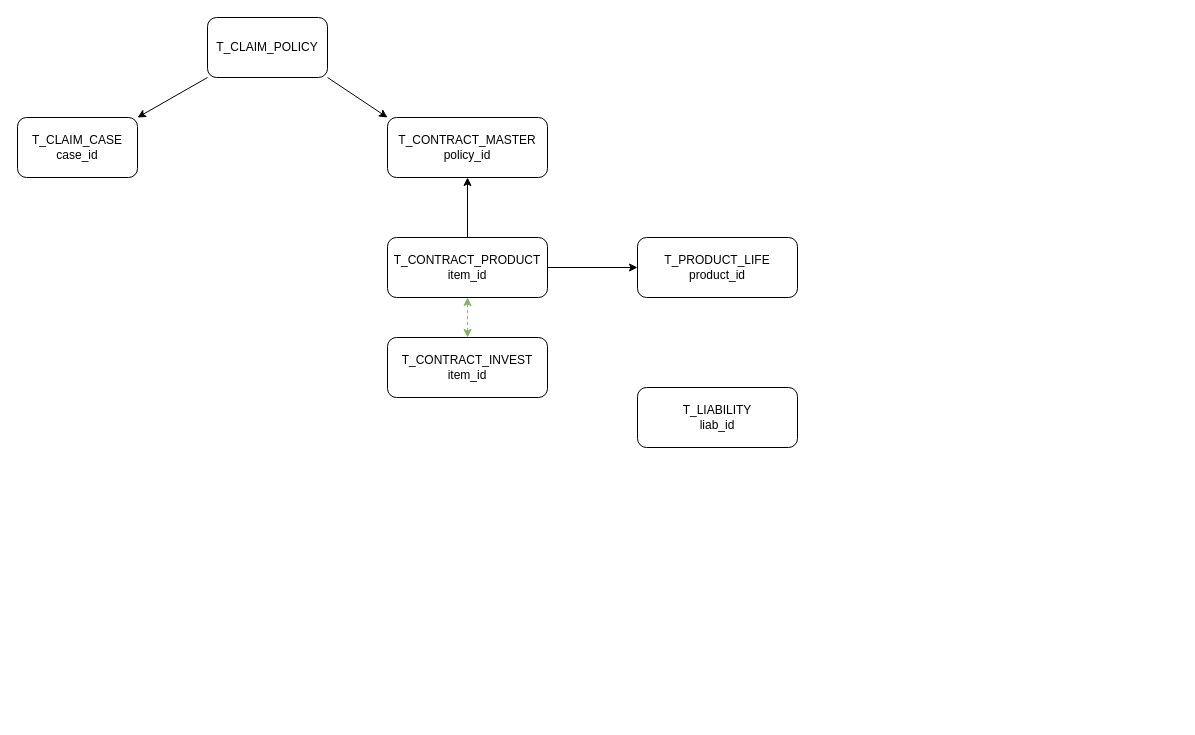
The draw.io diagram taiping-data-arch.drawio in XiaoLiuAI/diagrams, before the edit. Source tidied: cells renumbered, new cells numbered last; positions are measured from the earlier drawing's top-left corner, leaving out a move shared by most shapes. Both pictures are drawn from the tidied source at 100%, with x=0, y=0 at pixel (17, 17).
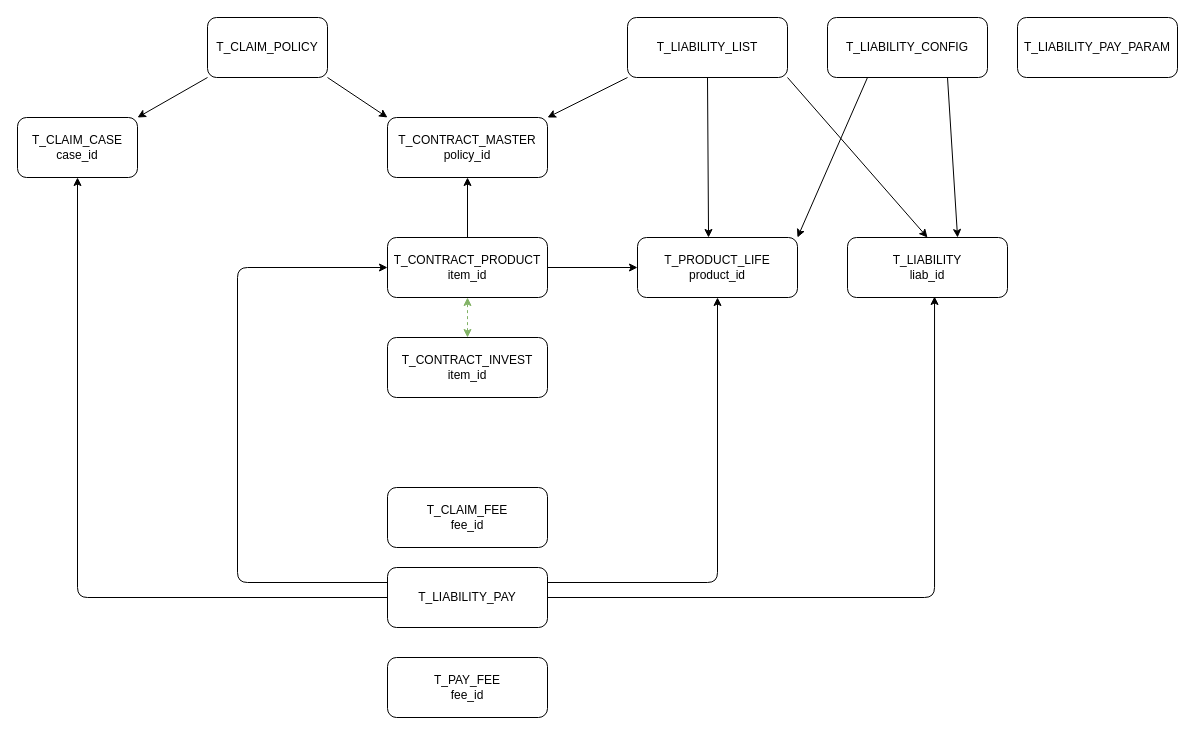
The same page after the edit.

Unchanged cells that the change refers to:
```xml
<mxCell id="2" value="T_CLAIM_CASE&lt;br&gt;case_id" style="rounded=1;whiteSpace=wrap;html=1;" parent="1" vertex="1">
  <mxGeometry y="100" width="120" height="60" as="geometry" />
</mxCell>
<mxCell id="5" value="T_CONTRACT_MASTER&lt;br&gt;policy_id" style="rounded=1;whiteSpace=wrap;html=1;" parent="1" vertex="1">
  <mxGeometry x="370" y="100" width="160" height="60" as="geometry" />
</mxCell>
<mxCell id="7" value="T_CONTRACT_PRODUCT&lt;br&gt;item_id" style="rounded=1;whiteSpace=wrap;html=1;" parent="1" vertex="1">
  <mxGeometry x="370" y="220" width="160" height="60" as="geometry" />
</mxCell>
<mxCell id="8" value="T_PRODUCT_LIFE&lt;br&gt;product_id" style="rounded=1;whiteSpace=wrap;html=1;" parent="1" vertex="1">
  <mxGeometry x="620" y="220" width="160" height="60" as="geometry" />
</mxCell>
```

Change to the diagram source:
```diff
@@
     <mxCell id="11" value="T_LIABILITY&lt;br&gt;liab_id" style="rounded=1;whiteSpace=wrap;html=1;" parent="1" vertex="1">
-      <mxGeometry x="620" y="370" width="160" height="60" as="geometry" />
+      <mxGeometry x="830" y="220" width="160" height="60" as="geometry" />
     </mxCell>
@@
+    <mxCell id="14" value="T_LIABILITY_LIST" style="rounded=1;whiteSpace=wrap;html=1;" parent="1" vertex="1">
+      <mxGeometry x="610" width="160" height="60" as="geometry" />
+    </mxCell>
+    <mxCell id="15" style="endArrow=classic;html=1;entryX=1;entryY=0;entryDx=0;entryDy=0;exitX=0;exitY=1;exitDx=0;exitDy=0;" parent="1" edge="1" source="14" target="5">
+      <mxGeometry relative="1" as="geometry" />
+    </mxCell>
+    <mxCell id="16" style="endArrow=classic;html=1;entryX=0.444;entryY=0;entryDx=0;entryDy=0;exitX=0.5;exitY=1;exitDx=0;exitDy=0;entryPerimeter=0;" parent="1" edge="1" source="14" target="8">
+      <mxGeometry relative="1" as="geometry" />
+    </mxCell>
+    <mxCell id="17" style="endArrow=classic;html=1;entryX=0.5;entryY=0;entryDx=0;entryDy=0;exitX=1;exitY=1;exitDx=0;exitDy=0;" parent="1" edge="1" source="14" target="11">
+      <mxGeometry relative="1" as="geometry" />
+    </mxCell>
+    <mxCell id="18" value="T_LIABILITY_PAY" style="rounded=1;whiteSpace=wrap;html=1;" parent="1" vertex="1">
+      <mxGeometry x="370" y="550" width="160" height="60" as="geometry" />
+    </mxCell>
+    <mxCell id="19" style="edgeStyle=elbowEdgeStyle;elbow=vertical;endArrow=classic;html=1;entryX=0.5;entryY=1;entryDx=0;entryDy=0;exitX=0;exitY=0.5;exitDx=0;exitDy=0;" parent="1" edge="1" source="18" target="2">
+      <mxGeometry relative="1" as="geometry">
+        <Array as="points">
+          <mxPoint x="210" y="580" />
+        </Array>
+      </mxGeometry>
+    </mxCell>
+    <mxCell id="20" style="edgeStyle=elbowEdgeStyle;elbow=vertical;endArrow=classic;html=1;entryX=0;entryY=0.5;entryDx=0;entryDy=0;exitX=0;exitY=0.25;exitDx=0;exitDy=0;" parent="1" edge="1" source="18" target="7">
+      <mxGeometry relative="1" as="geometry">
+        <Array as="points">
+          <mxPoint x="220" y="590" />
+        </Array>
+      </mxGeometry>
+    </mxCell>
+    <mxCell id="21" style="edgeStyle=elbowEdgeStyle;elbow=vertical;endArrow=classic;html=1;entryX=0.544;entryY=0.983;entryDx=0;entryDy=0;exitX=1;exitY=0.5;exitDx=0;exitDy=0;entryPerimeter=0;" parent="1" edge="1" source="18" target="11">
+      <mxGeometry relative="1" as="geometry">
+        <Array as="points">
+          <mxPoint x="890" y="580" />
+        </Array>
+      </mxGeometry>
+    </mxCell>
+    <mxCell id="22" style="edgeStyle=elbowEdgeStyle;elbow=vertical;endArrow=classic;html=1;entryX=0.5;entryY=1;entryDx=0;entryDy=0;exitX=1;exitY=0.25;exitDx=0;exitDy=0;" parent="1" edge="1" source="18" target="8">
+      <mxGeometry relative="1" as="geometry">
+        <Array as="points">
+          <mxPoint x="610" y="565" />
+        </Array>
+      </mxGeometry>
+    </mxCell>
+    <mxCell id="23" value="T_CLAIM_FEE&lt;br&gt;fee_id" style="rounded=1;whiteSpace=wrap;html=1;" parent="1" vertex="1">
+      <mxGeometry x="370" y="470" width="160" height="60" as="geometry" />
+    </mxCell>
+    <mxCell id="24" value="T_PAY_FEE&lt;br&gt;fee_id" style="rounded=1;whiteSpace=wrap;html=1;" parent="1" vertex="1">
+      <mxGeometry x="370" y="640" width="160" height="60" as="geometry" />
+    </mxCell>
+    <mxCell id="25" value="T_LIABILITY_PAY_PARAM" style="rounded=1;whiteSpace=wrap;html=1;" parent="1" vertex="1">
+      <mxGeometry x="1000" width="160" height="60" as="geometry" />
+    </mxCell>
+    <mxCell id="26" value="T_LIABILITY_CONFIG" style="rounded=1;whiteSpace=wrap;html=1;" parent="1" vertex="1">
+      <mxGeometry x="810" width="160" height="60" as="geometry" />
+    </mxCell>
+    <mxCell id="27" style="endArrow=classic;html=1;exitX=0.25;exitY=1;exitDx=0;exitDy=0;entryX=1;entryY=0;entryDx=0;entryDy=0;" parent="1" edge="1" source="26" target="8">
+      <mxGeometry relative="1" as="geometry" />
+    </mxCell>
+    <mxCell id="28" style="endArrow=classic;html=1;exitX=0.75;exitY=1;exitDx=0;exitDy=0;entryX=0.688;entryY=0;entryDx=0;entryDy=0;entryPerimeter=0;" parent="1" edge="1" source="26" target="11">
+      <mxGeometry relative="1" as="geometry" />
+    </mxCell>
```
